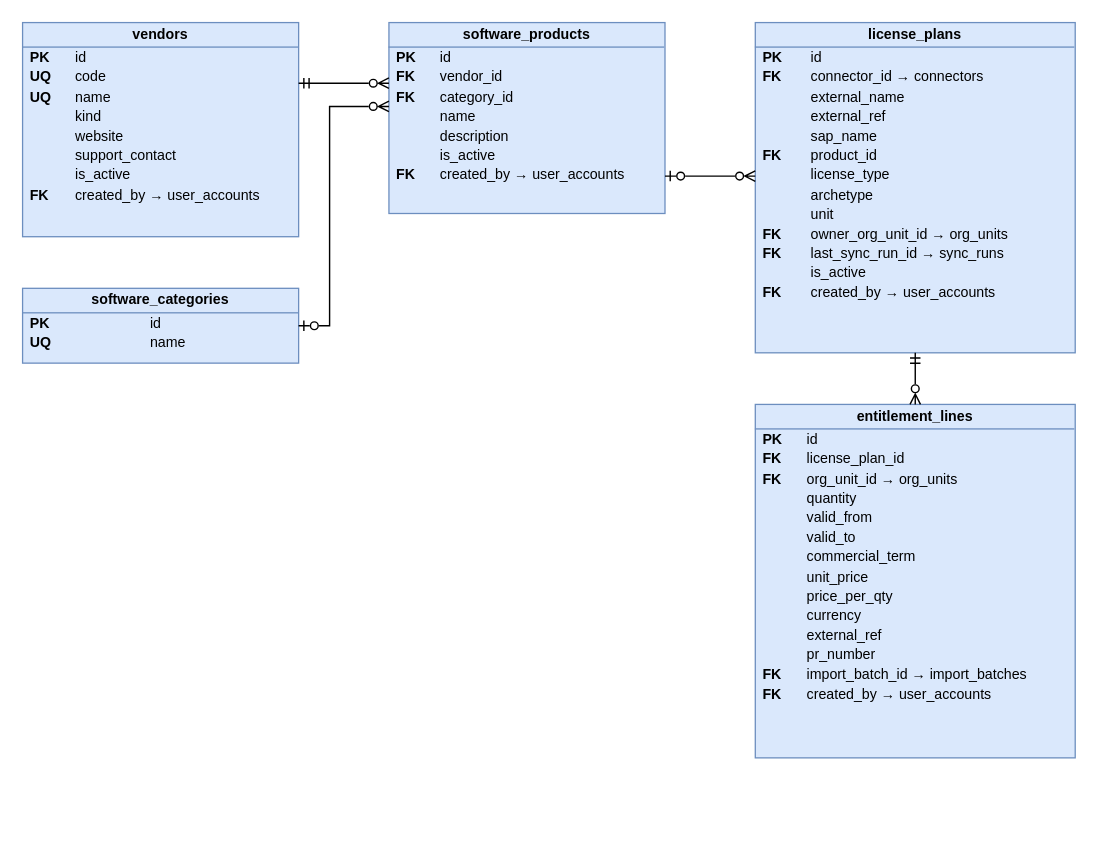
This is docs/database/diagrams/erd_license_catalog.drawio from cuonglpv/VFast, a draw.io file, before an edit. Source tidied: cells renumbered, new cells numbered last; positions are measured from the earlier drawing's top-left corner, leaving out a move shared by most shapes. Both pictures are drawn from the tidied source at 129%, with x=0, y=0 at pixel (22, 22).
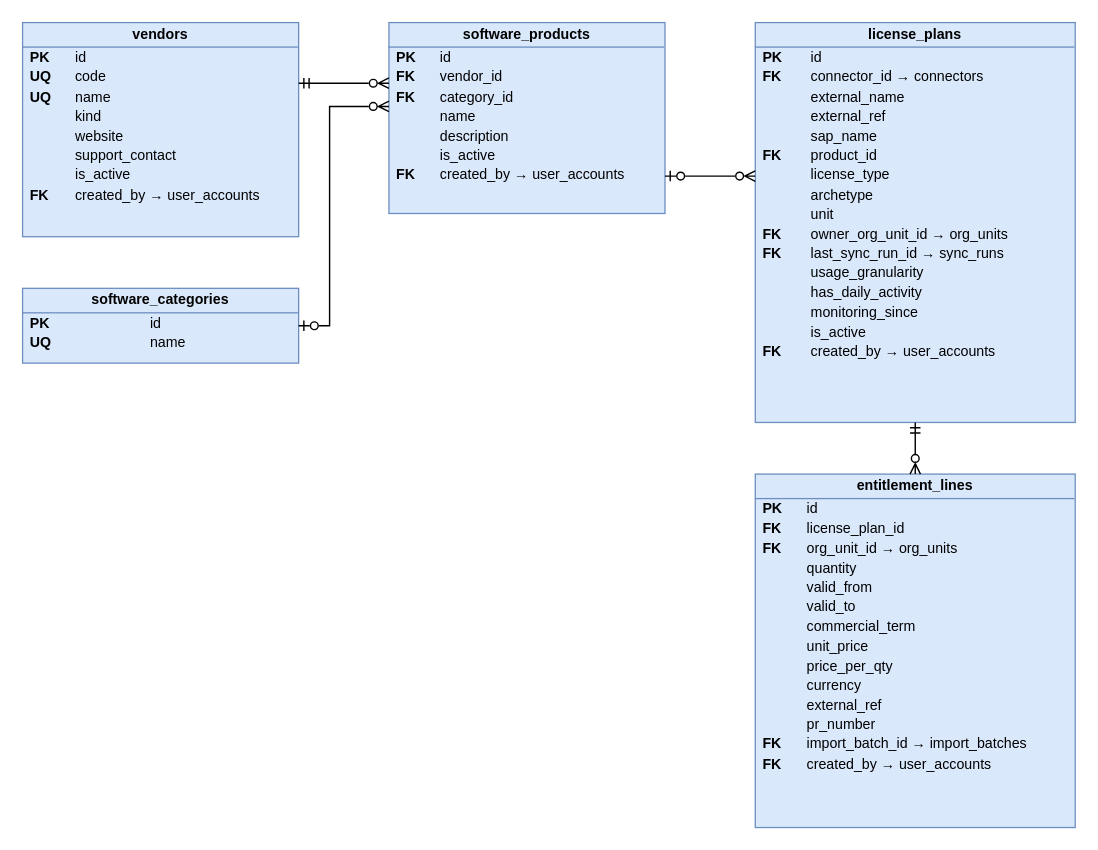
Above is the later version.

What changed in the source:
```diff
@@
 <mxGraphModel>
   <root>
     <mxCell id="0" />
     <mxCell id="1" parent="0" />
     <mxCell id="2" value="&lt;div style=&quot;font-weight:bold;text-align:center;padding:3px 0;border-bottom:1px solid #6C8EBF;&quot;&gt;vendors&lt;/div&gt;&lt;table style=&quot;width:100%;font-size:11px;border-collapse:collapse;&quot;&gt;&lt;tr&gt;&lt;td style=&quot;padding:1px 8px 1px 6px;&quot;&gt;&lt;b&gt;PK&lt;/b&gt;&lt;/td&gt;&lt;td style=&quot;padding:1px 6px;&quot;&gt;id&lt;/td&gt;&lt;/tr&gt;&lt;tr&gt;&lt;td style=&quot;padding:1px 8px 1px 6px;&quot;&gt;&lt;b&gt;UQ&lt;/b&gt;&lt;/td&gt;&lt;td style=&quot;padding:1px 6px;&quot;&gt;code&lt;/td&gt;&lt;/tr&gt;&lt;tr&gt;&lt;td style=&quot;padding:1px 8px 1px 6px;&quot;&gt;&lt;b&gt;UQ&lt;/b&gt;&lt;/td&gt;&lt;td style=&quot;padding:1px 6px;&quot;&gt;name&lt;/td&gt;&lt;/tr&gt;&lt;tr&gt;&lt;td style=&quot;padding:1px 8px 1px 6px;&quot;&gt;&lt;b&gt;&lt;/b&gt;&lt;/td&gt;&lt;td style=&quot;padding:1px 6px;&quot;&gt;kind&lt;/td&gt;&lt;/tr&gt;&lt;tr&gt;&lt;td style=&quot;padding:1px 8px 1px 6px;&quot;&gt;&lt;b&gt;&lt;/b&gt;&lt;/td&gt;&lt;td style=&quot;padding:1px 6px;&quot;&gt;website&lt;/td&gt;&lt;/tr&gt;&lt;tr&gt;&lt;td style=&quot;padding:1px 8px 1px 6px;&quot;&gt;&lt;b&gt;&lt;/b&gt;&lt;/td&gt;&lt;td style=&quot;padding:1px 6px;&quot;&gt;support_contact&lt;/td&gt;&lt;/tr&gt;&lt;tr&gt;&lt;td style=&quot;padding:1px 8px 1px 6px;&quot;&gt;&lt;b&gt;&lt;/b&gt;&lt;/td&gt;&lt;td style=&quot;padding:1px 6px;&quot;&gt;is_active&lt;/td&gt;&lt;/tr&gt;&lt;tr&gt;&lt;td style=&quot;padding:1px 8px 1px 6px;&quot;&gt;&lt;b&gt;FK&lt;/b&gt;&lt;/td&gt;&lt;td style=&quot;padding:1px 6px;&quot;&gt;created_by → user_accounts&lt;/td&gt;&lt;/tr&gt;&lt;/table&gt;" style="rounded=0;whiteSpace=wrap;html=1;verticalAlign=top;align=left;spacing=0;overflow=fill;fillColor=#DAE8FC;strokeColor=#6C8EBF;fontSize=11;" parent="1" vertex="1">
       <mxGeometry width="214" height="166" as="geometry" />
     </mxCell>
     <mxCell id="3" value="&lt;div style=&quot;font-weight:bold;text-align:center;padding:3px 0;border-bottom:1px solid #6C8EBF;&quot;&gt;software_categories&lt;/div&gt;&lt;table style=&quot;width:100%;font-size:11px;border-collapse:collapse;&quot;&gt;&lt;tr&gt;&lt;td style=&quot;padding:1px 8px 1px 6px;&quot;&gt;&lt;b&gt;PK&lt;/b&gt;&lt;/td&gt;&lt;td style=&quot;padding:1px 6px;&quot;&gt;id&lt;/td&gt;&lt;/tr&gt;&lt;tr&gt;&lt;td style=&quot;padding:1px 8px 1px 6px;&quot;&gt;&lt;b&gt;UQ&lt;/b&gt;&lt;/td&gt;&lt;td style=&quot;padding:1px 6px;&quot;&gt;name&lt;/td&gt;&lt;/tr&gt;&lt;/table&gt;" style="rounded=0;whiteSpace=wrap;html=1;verticalAlign=top;align=left;spacing=0;overflow=fill;fillColor=#DAE8FC;strokeColor=#6C8EBF;fontSize=11;" parent="1" vertex="1">
       <mxGeometry y="206" width="214" height="58" as="geometry" />
     </mxCell>
     <mxCell id="4" value="&lt;div style=&quot;font-weight:bold;text-align:center;padding:3px 0;border-bottom:1px solid #6C8EBF;&quot;&gt;software_products&lt;/div&gt;&lt;table style=&quot;width:100%;font-size:11px;border-collapse:collapse;&quot;&gt;&lt;tr&gt;&lt;td style=&quot;padding:1px 8px 1px 6px;&quot;&gt;&lt;b&gt;PK&lt;/b&gt;&lt;/td&gt;&lt;td style=&quot;padding:1px 6px;&quot;&gt;id&lt;/td&gt;&lt;/tr&gt;&lt;tr&gt;&lt;td style=&quot;padding:1px 8px 1px 6px;&quot;&gt;&lt;b&gt;FK&lt;/b&gt;&lt;/td&gt;&lt;td style=&quot;padding:1px 6px;&quot;&gt;vendor_id&lt;/td&gt;&lt;/tr&gt;&lt;tr&gt;&lt;td style=&quot;padding:1px 8px 1px 6px;&quot;&gt;&lt;b&gt;FK&lt;/b&gt;&lt;/td&gt;&lt;td style=&quot;padding:1px 6px;&quot;&gt;category_id&lt;/td&gt;&lt;/tr&gt;&lt;tr&gt;&lt;td style=&quot;padding:1px 8px 1px 6px;&quot;&gt;&lt;b&gt;&lt;/b&gt;&lt;/td&gt;&lt;td style=&quot;padding:1px 6px;&quot;&gt;name&lt;/td&gt;&lt;/tr&gt;&lt;tr&gt;&lt;td style=&quot;padding:1px 8px 1px 6px;&quot;&gt;&lt;b&gt;&lt;/b&gt;&lt;/td&gt;&lt;td style=&quot;padding:1px 6px;&quot;&gt;description&lt;/td&gt;&lt;/tr&gt;&lt;tr&gt;&lt;td style=&quot;padding:1px 8px 1px 6px;&quot;&gt;&lt;b&gt;&lt;/b&gt;&lt;/td&gt;&lt;td style=&quot;padding:1px 6px;&quot;&gt;is_active&lt;/td&gt;&lt;/tr&gt;&lt;tr&gt;&lt;td style=&quot;padding:1px 8px 1px 6px;&quot;&gt;&lt;b&gt;FK&lt;/b&gt;&lt;/td&gt;&lt;td style=&quot;padding:1px 6px;&quot;&gt;created_by → user_accounts&lt;/td&gt;&lt;/tr&gt;&lt;/table&gt;" style="rounded=0;whiteSpace=wrap;html=1;verticalAlign=top;align=left;spacing=0;overflow=fill;fillColor=#DAE8FC;strokeColor=#6C8EBF;fontSize=11;" parent="1" vertex="1">
       <mxGeometry x="284" width="214" height="148" as="geometry" />
     </mxCell>
-    <mxCell id="5" value="&lt;div style=&quot;font-weight:bold;text-align:center;padding:3px 0;border-bottom:1px solid #6C8EBF;&quot;&gt;license_plans&lt;/div&gt;&lt;table style=&quot;width:100%;font-size:11px;border-collapse:collapse;&quot;&gt;&lt;tr&gt;&lt;td style=&quot;padding:1px 8px 1px 6px;&quot;&gt;&lt;b&gt;PK&lt;/b&gt;&lt;/td&gt;&lt;td style=&quot;padding:1px 6px;&quot;&gt;id&lt;/td&gt;&lt;/tr&gt;&lt;tr&gt;&lt;td style=&quot;padding:1px 8px 1px 6px;&quot;&gt;&lt;b&gt;FK&lt;/b&gt;&lt;/td&gt;&lt;td style=&quot;padding:1px 6px;&quot;&gt;connector_id → connectors&lt;/td&gt;&lt;/tr&gt;&lt;tr&gt;&lt;td style=&quot;padding:1px 8px 1px 6px;&quot;&gt;&lt;b&gt;&lt;/b&gt;&lt;/td&gt;&lt;td style=&quot;padding:1px 6px;&quot;&gt;external_name&lt;/td&gt;&lt;/tr&gt;&lt;tr&gt;&lt;td style=&quot;padding:1px 8px 1px 6px;&quot;&gt;&lt;b&gt;&lt;/b&gt;&lt;/td&gt;&lt;td style=&quot;padding:1px 6px;&quot;&gt;external_ref&lt;/td&gt;&lt;/tr&gt;&lt;tr&gt;&lt;td style=&quot;padding:1px 8px 1px 6px;&quot;&gt;&lt;b&gt;&lt;/b&gt;&lt;/td&gt;&lt;td style=&quot;padding:1px 6px;&quot;&gt;sap_name&lt;/td&gt;&lt;/tr&gt;&lt;tr&gt;&lt;td style=&quot;padding:1px 8px 1px 6px;&quot;&gt;&lt;b&gt;FK&lt;/b&gt;&lt;/td&gt;&lt;td style=&quot;padding:1px 6px;&quot;&gt;product_id&lt;/td&gt;&lt;/tr&gt;&lt;tr&gt;&lt;td style=&quot;padding:1px 8px 1px 6px;&quot;&gt;&lt;b&gt;&lt;/b&gt;&lt;/td&gt;&lt;td style=&quot;padding:1px 6px;&quot;&gt;license_type&lt;/td&gt;&lt;/tr&gt;&lt;tr&gt;&lt;td style=&quot;padding:1px 8px 1px 6px;&quot;&gt;&lt;b&gt;&lt;/b&gt;&lt;/td&gt;&lt;td style=&quot;padding:1px 6px;&quot;&gt;archetype&lt;/td&gt;&lt;/tr&gt;&lt;tr&gt;&lt;td style=&quot;padding:1px 8px 1px 6px;&quot;&gt;&lt;b&gt;&lt;/b&gt;&lt;/td&gt;&lt;td style=&quot;padding:1px 6px;&quot;&gt;unit&lt;/td&gt;&lt;/tr&gt;&lt;tr&gt;&lt;td style=&quot;padding:1px 8px 1px 6px;&quot;&gt;&lt;b&gt;FK&lt;/b&gt;&lt;/td&gt;&lt;td style=&quot;padding:1px 6px;&quot;&gt;owner_org_unit_id → org_units&lt;/td&gt;&lt;/tr&gt;&lt;tr&gt;&lt;td style=&quot;padding:1px 8px 1px 6px;&quot;&gt;&lt;b&gt;FK&lt;/b&gt;&lt;/td&gt;&lt;td style=&quot;padding:1px 6px;&quot;&gt;last_sync_run_id → sync_runs&lt;/td&gt;&lt;/tr&gt;&lt;tr&gt;&lt;td style=&quot;padding:1px 8px 1px 6px;&quot;&gt;&lt;b&gt;&lt;/b&gt;&lt;/td&gt;&lt;td style=&quot;padding:1px 6px;&quot;&gt;is_active&lt;/td&gt;&lt;/tr&gt;&lt;tr&gt;&lt;td style=&quot;padding:1px 8px 1px 6px;&quot;&gt;&lt;b&gt;FK&lt;/b&gt;&lt;/td&gt;&lt;td style=&quot;padding:1px 6px;&quot;&gt;created_by → user_accounts&lt;/td&gt;&lt;/tr&gt;&lt;/table&gt;" style="rounded=0;whiteSpace=wrap;html=1;verticalAlign=top;align=left;spacing=0;overflow=fill;fillColor=#DAE8FC;strokeColor=#6C8EBF;fontSize=11;" parent="1" vertex="1">
-      <mxGeometry x="568" width="248" height="256" as="geometry" />
+    <mxCell id="5" value="&lt;div style=&quot;font-weight:bold;text-align:center;padding:3px 0;border-bottom:1px solid #6C8EBF;&quot;&gt;license_plans&lt;/div&gt;&lt;table style=&quot;width:100%;font-size:11px;border-collapse:collapse;&quot;&gt;&lt;tr&gt;&lt;td style=&quot;padding:1px 8px 1px 6px;&quot;&gt;&lt;b&gt;PK&lt;/b&gt;&lt;/td&gt;&lt;td style=&quot;padding:1px 6px;&quot;&gt;id&lt;/td&gt;&lt;/tr&gt;&lt;tr&gt;&lt;td style=&quot;padding:1px 8px 1px 6px;&quot;&gt;&lt;b&gt;FK&lt;/b&gt;&lt;/td&gt;&lt;td style=&quot;padding:1px 6px;&quot;&gt;connector_id → connectors&lt;/td&gt;&lt;/tr&gt;&lt;tr&gt;&lt;td style=&quot;padding:1px 8px 1px 6px;&quot;&gt;&lt;b&gt;&lt;/b&gt;&lt;/td&gt;&lt;td style=&quot;padding:1px 6px;&quot;&gt;external_name&lt;/td&gt;&lt;/tr&gt;&lt;tr&gt;&lt;td style=&quot;padding:1px 8px 1px 6px;&quot;&gt;&lt;b&gt;&lt;/b&gt;&lt;/td&gt;&lt;td style=&quot;padding:1px 6px;&quot;&gt;external_ref&lt;/td&gt;&lt;/tr&gt;&lt;tr&gt;&lt;td style=&quot;padding:1px 8px 1px 6px;&quot;&gt;&lt;b&gt;&lt;/b&gt;&lt;/td&gt;&lt;td style=&quot;padding:1px 6px;&quot;&gt;sap_name&lt;/td&gt;&lt;/tr&gt;&lt;tr&gt;&lt;td style=&quot;padding:1px 8px 1px 6px;&quot;&gt;&lt;b&gt;FK&lt;/b&gt;&lt;/td&gt;&lt;td style=&quot;padding:1px 6px;&quot;&gt;product_id&lt;/td&gt;&lt;/tr&gt;&lt;tr&gt;&lt;td style=&quot;padding:1px 8px 1px 6px;&quot;&gt;&lt;b&gt;&lt;/b&gt;&lt;/td&gt;&lt;td style=&quot;padding:1px 6px;&quot;&gt;license_type&lt;/td&gt;&lt;/tr&gt;&lt;tr&gt;&lt;td style=&quot;padding:1px 8px 1px 6px;&quot;&gt;&lt;b&gt;&lt;/b&gt;&lt;/td&gt;&lt;td style=&quot;padding:1px 6px;&quot;&gt;archetype&lt;/td&gt;&lt;/tr&gt;&lt;tr&gt;&lt;td style=&quot;padding:1px 8px 1px 6px;&quot;&gt;&lt;b&gt;&lt;/b&gt;&lt;/td&gt;&lt;td style=&quot;padding:1px 6px;&quot;&gt;unit&lt;/td&gt;&lt;/tr&gt;&lt;tr&gt;&lt;td style=&quot;padding:1px 8px 1px 6px;&quot;&gt;&lt;b&gt;FK&lt;/b&gt;&lt;/td&gt;&lt;td style=&quot;padding:1px 6px;&quot;&gt;owner_org_unit_id → org_units&lt;/td&gt;&lt;/tr&gt;&lt;tr&gt;&lt;td style=&quot;padding:1px 8px 1px 6px;&quot;&gt;&lt;b&gt;FK&lt;/b&gt;&lt;/td&gt;&lt;td style=&quot;padding:1px 6px;&quot;&gt;last_sync_run_id → sync_runs&lt;/td&gt;&lt;/tr&gt;&lt;tr&gt;&lt;td style=&quot;padding:1px 8px 1px 6px;&quot;&gt;&lt;b&gt;&lt;/b&gt;&lt;/td&gt;&lt;td style=&quot;padding:1px 6px;&quot;&gt;usage_granularity&lt;/td&gt;&lt;/tr&gt;&lt;tr&gt;&lt;td style=&quot;padding:1px 8px 1px 6px;&quot;&gt;&lt;b&gt;&lt;/b&gt;&lt;/td&gt;&lt;td style=&quot;padding:1px 6px;&quot;&gt;has_daily_activity&lt;/td&gt;&lt;/tr&gt;&lt;tr&gt;&lt;td style=&quot;padding:1px 8px 1px 6px;&quot;&gt;&lt;b&gt;&lt;/b&gt;&lt;/td&gt;&lt;td style=&quot;padding:1px 6px;&quot;&gt;monitoring_since&lt;/td&gt;&lt;/tr&gt;&lt;tr&gt;&lt;td style=&quot;padding:1px 8px 1px 6px;&quot;&gt;&lt;b&gt;&lt;/b&gt;&lt;/td&gt;&lt;td style=&quot;padding:1px 6px;&quot;&gt;is_active&lt;/td&gt;&lt;/tr&gt;&lt;tr&gt;&lt;td style=&quot;padding:1px 8px 1px 6px;&quot;&gt;&lt;b&gt;FK&lt;/b&gt;&lt;/td&gt;&lt;td style=&quot;padding:1px 6px;&quot;&gt;created_by → user_accounts&lt;/td&gt;&lt;/tr&gt;&lt;/table&gt;" style="rounded=0;whiteSpace=wrap;html=1;verticalAlign=top;align=left;spacing=0;overflow=fill;fillColor=#DAE8FC;strokeColor=#6C8EBF;fontSize=11;" parent="1" vertex="1">
+      <mxGeometry x="568" width="248" height="310" as="geometry" />
     </mxCell>
     <mxCell id="6" value="&lt;div style=&quot;font-weight:bold;text-align:center;padding:3px 0;border-bottom:1px solid #6C8EBF;&quot;&gt;entitlement_lines&lt;/div&gt;&lt;table style=&quot;width:100%;font-size:11px;border-collapse:collapse;&quot;&gt;&lt;tr&gt;&lt;td style=&quot;padding:1px 8px 1px 6px;&quot;&gt;&lt;b&gt;PK&lt;/b&gt;&lt;/td&gt;&lt;td style=&quot;padding:1px 6px;&quot;&gt;id&lt;/td&gt;&lt;/tr&gt;&lt;tr&gt;&lt;td style=&quot;padding:1px 8px 1px 6px;&quot;&gt;&lt;b&gt;FK&lt;/b&gt;&lt;/td&gt;&lt;td style=&quot;padding:1px 6px;&quot;&gt;license_plan_id&lt;/td&gt;&lt;/tr&gt;&lt;tr&gt;&lt;td style=&quot;padding:1px 8px 1px 6px;&quot;&gt;&lt;b&gt;FK&lt;/b&gt;&lt;/td&gt;&lt;td style=&quot;padding:1px 6px;&quot;&gt;org_unit_id → org_units&lt;/td&gt;&lt;/tr&gt;&lt;tr&gt;&lt;td style=&quot;padding:1px 8px 1px 6px;&quot;&gt;&lt;b&gt;&lt;/b&gt;&lt;/td&gt;&lt;td style=&quot;padding:1px 6px;&quot;&gt;quantity&lt;/td&gt;&lt;/tr&gt;&lt;tr&gt;&lt;td style=&quot;padding:1px 8px 1px 6px;&quot;&gt;&lt;b&gt;&lt;/b&gt;&lt;/td&gt;&lt;td style=&quot;padding:1px 6px;&quot;&gt;valid_from&lt;/td&gt;&lt;/tr&gt;&lt;tr&gt;&lt;td style=&quot;padding:1px 8px 1px 6px;&quot;&gt;&lt;b&gt;&lt;/b&gt;&lt;/td&gt;&lt;td style=&quot;padding:1px 6px;&quot;&gt;valid_to&lt;/td&gt;&lt;/tr&gt;&lt;tr&gt;&lt;td style=&quot;padding:1px 8px 1px 6px;&quot;&gt;&lt;b&gt;&lt;/b&gt;&lt;/td&gt;&lt;td style=&quot;padding:1px 6px;&quot;&gt;commercial_term&lt;/td&gt;&lt;/tr&gt;&lt;tr&gt;&lt;td style=&quot;padding:1px 8px 1px 6px;&quot;&gt;&lt;b&gt;&lt;/b&gt;&lt;/td&gt;&lt;td style=&quot;padding:1px 6px;&quot;&gt;unit_price&lt;/td&gt;&lt;/tr&gt;&lt;tr&gt;&lt;td style=&quot;padding:1px 8px 1px 6px;&quot;&gt;&lt;b&gt;&lt;/b&gt;&lt;/td&gt;&lt;td style=&quot;padding:1px 6px;&quot;&gt;price_per_qty&lt;/td&gt;&lt;/tr&gt;&lt;tr&gt;&lt;td style=&quot;padding:1px 8px 1px 6px;&quot;&gt;&lt;b&gt;&lt;/b&gt;&lt;/td&gt;&lt;td style=&quot;padding:1px 6px;&quot;&gt;currency&lt;/td&gt;&lt;/tr&gt;&lt;tr&gt;&lt;td style=&quot;padding:1px 8px 1px 6px;&quot;&gt;&lt;b&gt;&lt;/b&gt;&lt;/td&gt;&lt;td style=&quot;padding:1px 6px;&quot;&gt;external_ref&lt;/td&gt;&lt;/tr&gt;&lt;tr&gt;&lt;td style=&quot;padding:1px 8px 1px 6px;&quot;&gt;&lt;b&gt;&lt;/b&gt;&lt;/td&gt;&lt;td style=&quot;padding:1px 6px;&quot;&gt;pr_number&lt;/td&gt;&lt;/tr&gt;&lt;tr&gt;&lt;td style=&quot;padding:1px 8px 1px 6px;&quot;&gt;&lt;b&gt;FK&lt;/b&gt;&lt;/td&gt;&lt;td style=&quot;padding:1px 6px;&quot;&gt;import_batch_id → import_batches&lt;/td&gt;&lt;/tr&gt;&lt;tr&gt;&lt;td style=&quot;padding:1px 8px 1px 6px;&quot;&gt;&lt;b&gt;FK&lt;/b&gt;&lt;/td&gt;&lt;td style=&quot;padding:1px 6px;&quot;&gt;created_by → user_accounts&lt;/td&gt;&lt;/tr&gt;&lt;/table&gt;" style="rounded=0;whiteSpace=wrap;html=1;verticalAlign=top;align=left;spacing=0;overflow=fill;fillColor=#DAE8FC;strokeColor=#6C8EBF;fontSize=11;" parent="1" vertex="1">
-      <mxGeometry x="568" y="296" width="248" height="274" as="geometry" />
+      <mxGeometry x="568" y="350" width="248" height="274" as="geometry" />
     </mxCell>
     <mxCell id="7" style="html=1;rounded=0;endArrow=ERzeroToMany;endFill=0;startArrow=ERmandOne;startFill=0;strokeColor=#000000;strokeWidth=1.1;" parent="1" edge="1">
       <mxGeometry relative="1" as="geometry">
         <mxPoint x="214" y="47" as="sourcePoint" />
         <mxPoint x="284" y="47" as="targetPoint" />
       </mxGeometry>
     </mxCell>
     <mxCell id="8" style="html=1;rounded=0;endArrow=ERzeroToMany;endFill=0;startArrow=ERzeroToOne;startFill=0;strokeColor=#000000;strokeWidth=1.1;" parent="1" edge="1">
       <mxGeometry relative="1" as="geometry">
         <mxPoint x="214" y="235" as="sourcePoint" />
         <mxPoint x="284" y="65" as="targetPoint" />
         <Array as="points">
           <mxPoint x="238" y="235" />
           <mxPoint x="238" y="65" />
         </Array>
       </mxGeometry>
     </mxCell>
     <mxCell id="9" style="html=1;rounded=0;endArrow=ERzeroToMany;endFill=0;startArrow=ERzeroToOne;startFill=0;strokeColor=#000000;strokeWidth=1.1;" parent="1" edge="1">
       <mxGeometry relative="1" as="geometry">
         <mxPoint x="498" y="119" as="sourcePoint" />
         <mxPoint x="568" y="119" as="targetPoint" />
       </mxGeometry>
     </mxCell>
     <mxCell id="10" style="html=1;rounded=0;endArrow=ERzeroToMany;endFill=0;startArrow=ERmandOne;startFill=0;strokeColor=#000000;strokeWidth=1.1;" parent="1" edge="1">
       <mxGeometry relative="1" as="geometry">
-        <mxPoint x="692" y="256" as="sourcePoint" />
-        <mxPoint x="692" y="296" as="targetPoint" />
+        <mxPoint x="692" y="310" as="sourcePoint" />
+        <mxPoint x="692" y="350" as="targetPoint" />
       </mxGeometry>
     </mxCell>
   </root>
 </mxGraphModel>
```
